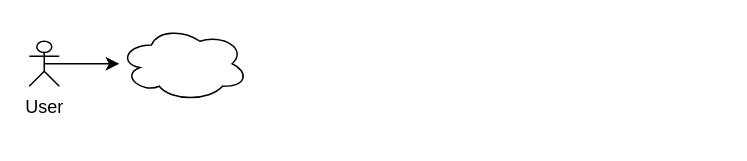
Before: Untitled Diagram.drawio in PysomeZh/katacoda-scenarios, a draw.io diagram. Source tidied: cells renumbered, new cells numbered last; positions are measured from the earlier drawing's top-left corner, leaving out a move shared by most shapes. Both pictures are drawn from the tidied source at 150%, with x=0, y=0 at pixel (28, 26).
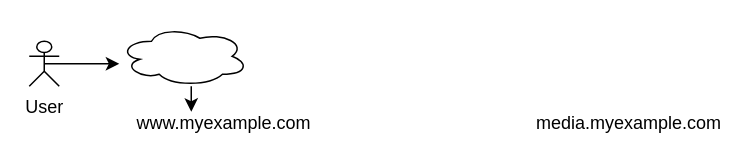
Above is the later version.

Change to the diagram source:
```diff
@@
 <mxGraphModel>
   <root>
     <mxCell id="0" />
     <mxCell id="1" parent="0" />
     <mxCell id="2" value="User" style="shape=umlActor;verticalLabelPosition=bottom;verticalAlign=top;html=1;outlineConnect=0;" parent="1" vertex="1">
       <mxGeometry y="10" width="20" height="30" as="geometry" />
     </mxCell>
     <mxCell id="3" style="ellipse;shape=cloud;whiteSpace=wrap;html=1;" parent="1" vertex="1">
-      <mxGeometry x="60" width="86" height="50" as="geometry" />
+      <mxGeometry x="60" width="86" height="40" as="geometry" />
     </mxCell>
     <mxCell id="4" style="endArrow=classic;html=1;rounded=0;exitX=0.5;exitY=0.5;exitDx=0;exitDy=0;exitPerimeter=0;" parent="1" edge="1" source="2">
       <mxGeometry relative="1" as="geometry">
         <mxPoint x="60" y="25" as="targetPoint" />
       </mxGeometry>
     </mxCell>
+    <mxCell id="5" value="www.myexample.com" style="text;html=1;strokeColor=none;fillColor=none;align=center;verticalAlign=middle;whiteSpace=wrap;rounded=0;" parent="1" vertex="1">
+      <mxGeometry x="70" y="60" width="120" height="10" as="geometry" />
+    </mxCell>
+    <mxCell id="6" value="media.myexample.com" style="text;html=1;strokeColor=none;fillColor=none;align=center;verticalAlign=middle;whiteSpace=wrap;rounded=0;" parent="1" vertex="1">
+      <mxGeometry x="340" y="60" width="120" height="10" as="geometry" />
+    </mxCell>
+    <mxCell id="7" style="endArrow=classic;html=1;rounded=0;entryX=0.317;entryY=-0.3;entryDx=0;entryDy=0;entryPerimeter=0;" parent="1" edge="1" target="5">
+      <mxGeometry relative="1" as="geometry">
+        <mxPoint x="108" y="40" as="sourcePoint" />
+      </mxGeometry>
+    </mxCell>
   </root>
 </mxGraphModel>
```
